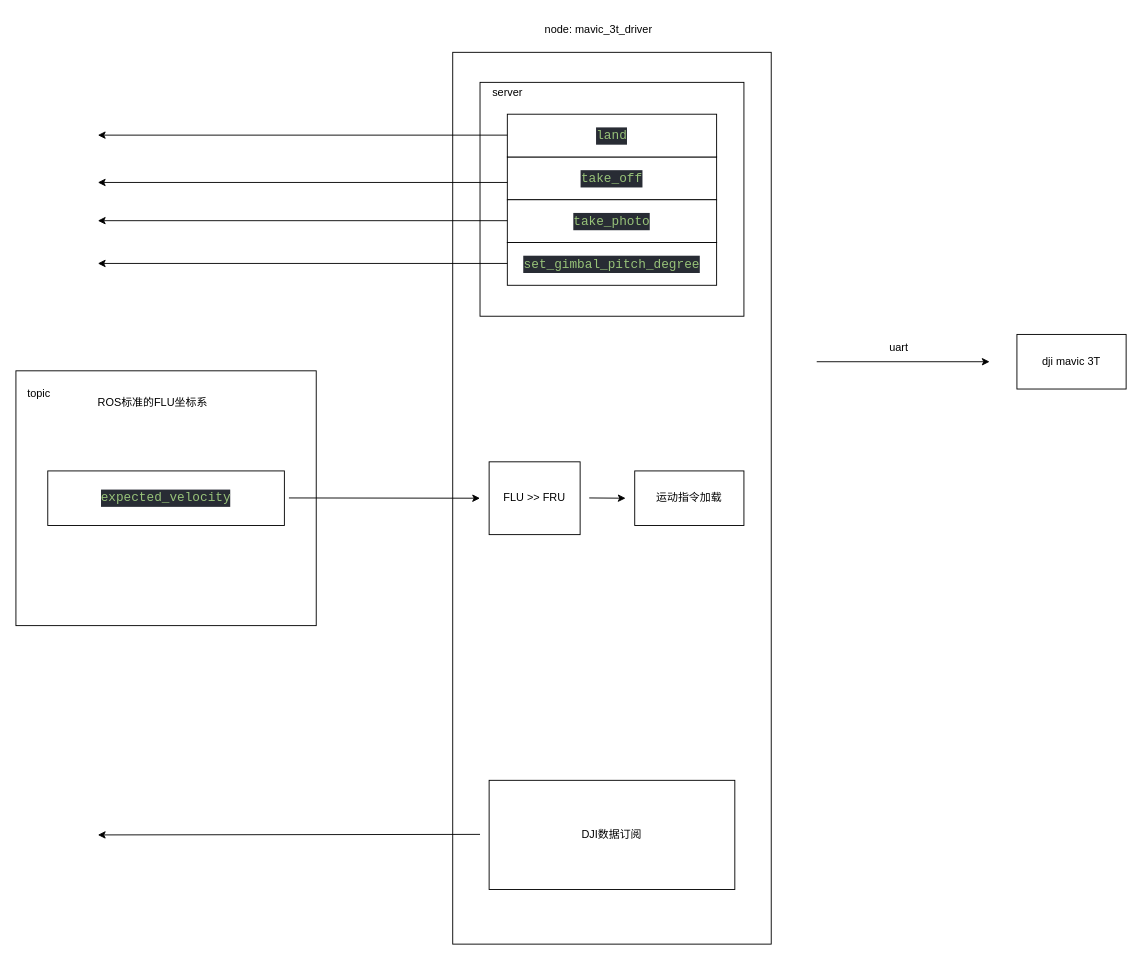
The draw.io diagram doc/doc_mavic_3t.drawio in LXY112233/indooruav_dji_driver, before the edit. Source tidied: cells renumbered, new cells numbered last; positions are measured from the earlier drawing's top-left corner, leaving out a move shared by most shapes. Both pictures are drawn from the tidied source at 91%, with x=0, y=0 at pixel (15, 15).
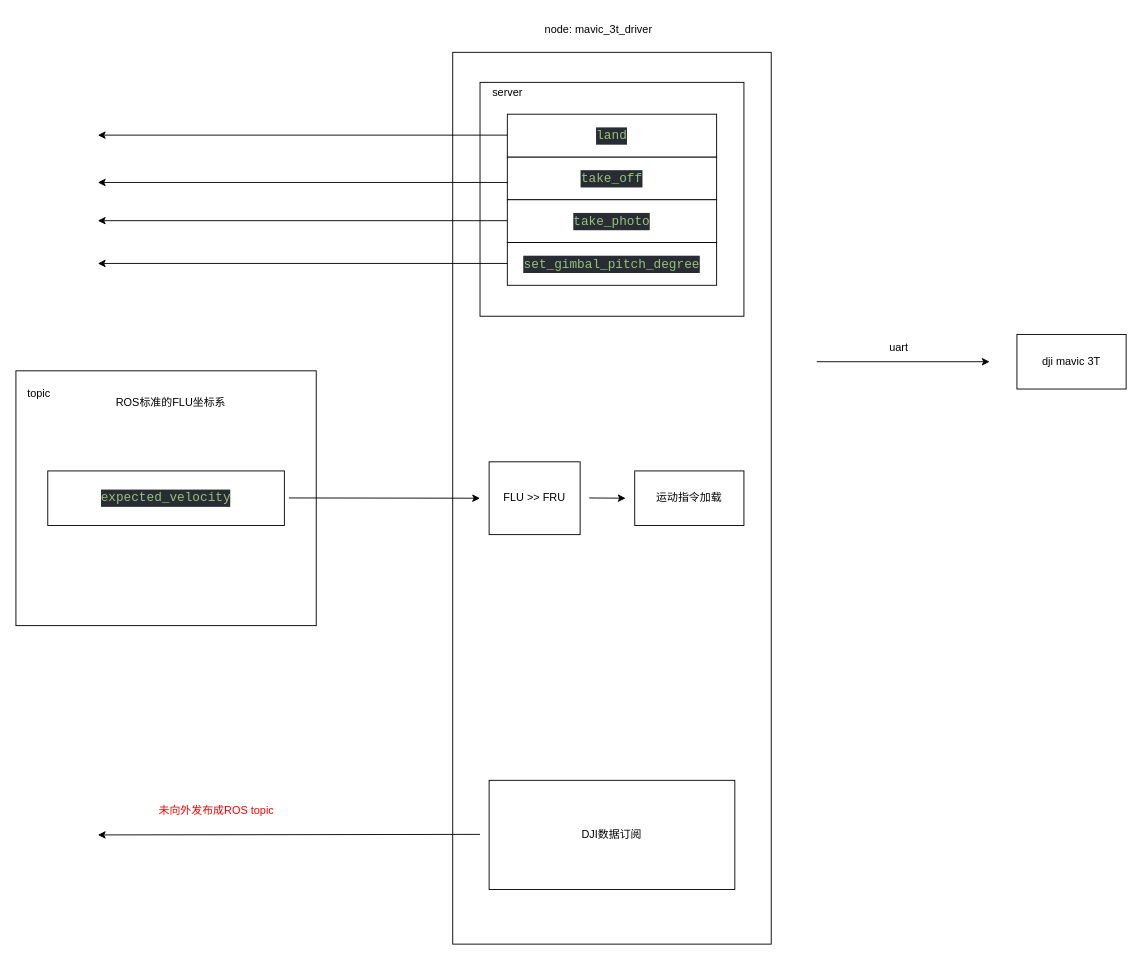
Above is the later version.

What changed in the source:
```diff
@@
     <mxCell id="24" value="ROS标准的FLU坐标系" style="text;html=1;align=center;verticalAlign=middle;strokeColor=none;fillColor=none;" parent="1" vertex="1">
-      <mxGeometry x="80" y="410" width="140" height="30" as="geometry" />
+      <mxGeometry x="100" y="410" width="140" height="30" as="geometry" />
     </mxCell>
@@
+    <mxCell id="27" value="未向外发布成ROS topic" style="text;html=1;align=center;verticalAlign=middle;strokeColor=none;fillColor=none;fontColor=#FF0000;" parent="1" vertex="1">
+      <mxGeometry x="145" y="858" width="150" height="30" as="geometry" />
+    </mxCell>
```
